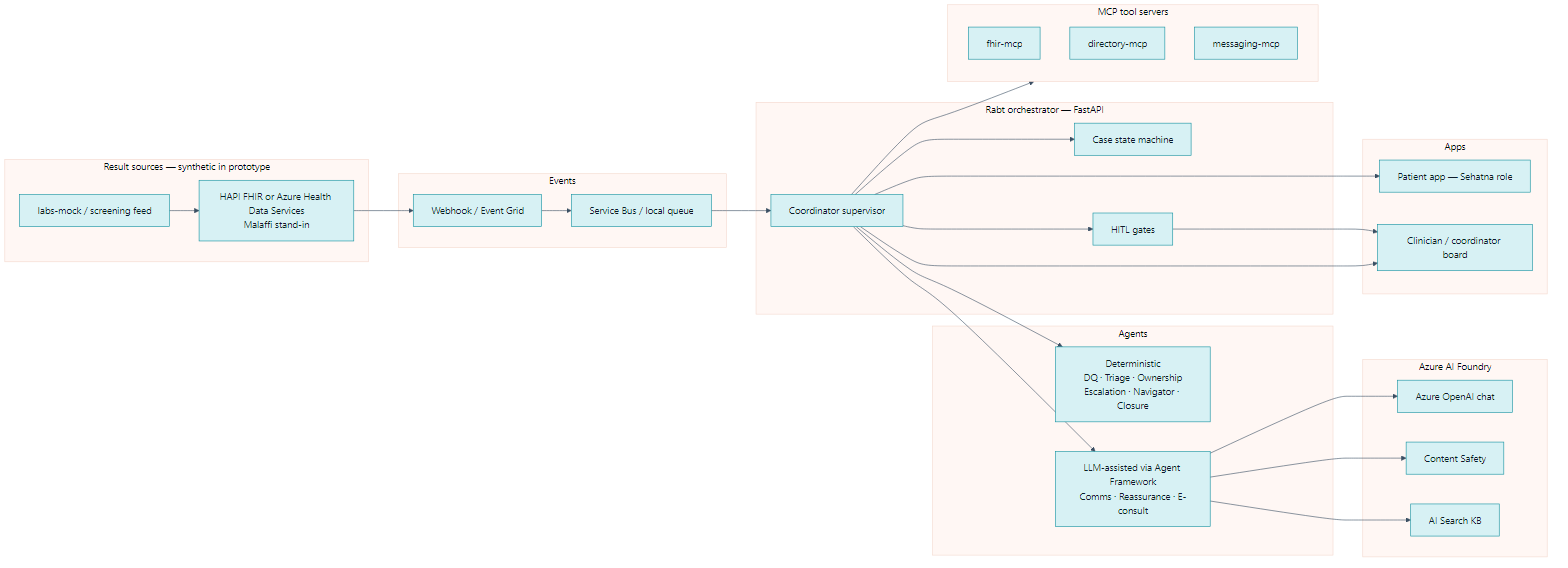
Above: docs/assets/architecture-target.png in suhail39ahmed/rabt-care-loop (Mermaid), before the change. Its source is kept beside it as docs/assets/architecture-target.mmd. Source of this version:
```mermaid
%%{init: {'theme': 'base', 'themeVariables': { 'primaryColor': '#d7f1f4', 'primaryTextColor': '#0c1b2a', 'primaryBorderColor': '#0e8f9e', 'lineColor': '#3a4f63', 'secondaryColor': '#e3f1fa', 'tertiaryColor': '#fff7f4', 'fontFamily': 'Segoe UI, Arial'}}}%%
flowchart LR
  subgraph SRC["Result sources — synthetic in prototype"]
    LAB["labs-mock / screening feed"]
    HIE["HAPI FHIR or Azure Health Data Services<br/>Malaffi stand-in"]
  end

  subgraph BUS["Events"]
    WH["Webhook / Event Grid"]
    SB["Service Bus / local queue"]
  end

  subgraph ORCH["Rabt orchestrator — FastAPI"]
    SM["Case state machine"]
    CO["Coordinator supervisor"]
    HITL["HITL gates"]
  end

  subgraph AG["Agents"]
    DET["Deterministic<br/>DQ · Triage · Ownership<br/>Escalation · Navigator · Closure"]
    LLM["LLM-assisted via Agent Framework<br/>Comms · Reassurance · E-consult"]
  end

  subgraph FOUNDRY["Azure AI Foundry"]
    AOAI["Azure OpenAI chat"]
    CS["Content Safety"]
    AIS["AI Search KB"]
  end

  subgraph MCP["MCP tool servers"]
    MF["fhir-mcp"]
    MD["directory-mcp"]
    MM["messaging-mcp"]
  end

  subgraph UI["Apps"]
    PAT["Patient app — Sehatna role"]
    BRD["Clinician / coordinator board"]
  end

  LAB --> HIE
  HIE --> WH --> SB --> CO
  CO --> SM
  CO --> DET
  CO --> LLM
  LLM --> AOAI
  LLM --> CS
  LLM --> AIS
  CO --> MCP
  CO --> HITL
  HITL --> BRD
  CO --> PAT
  CO --> BRD
```
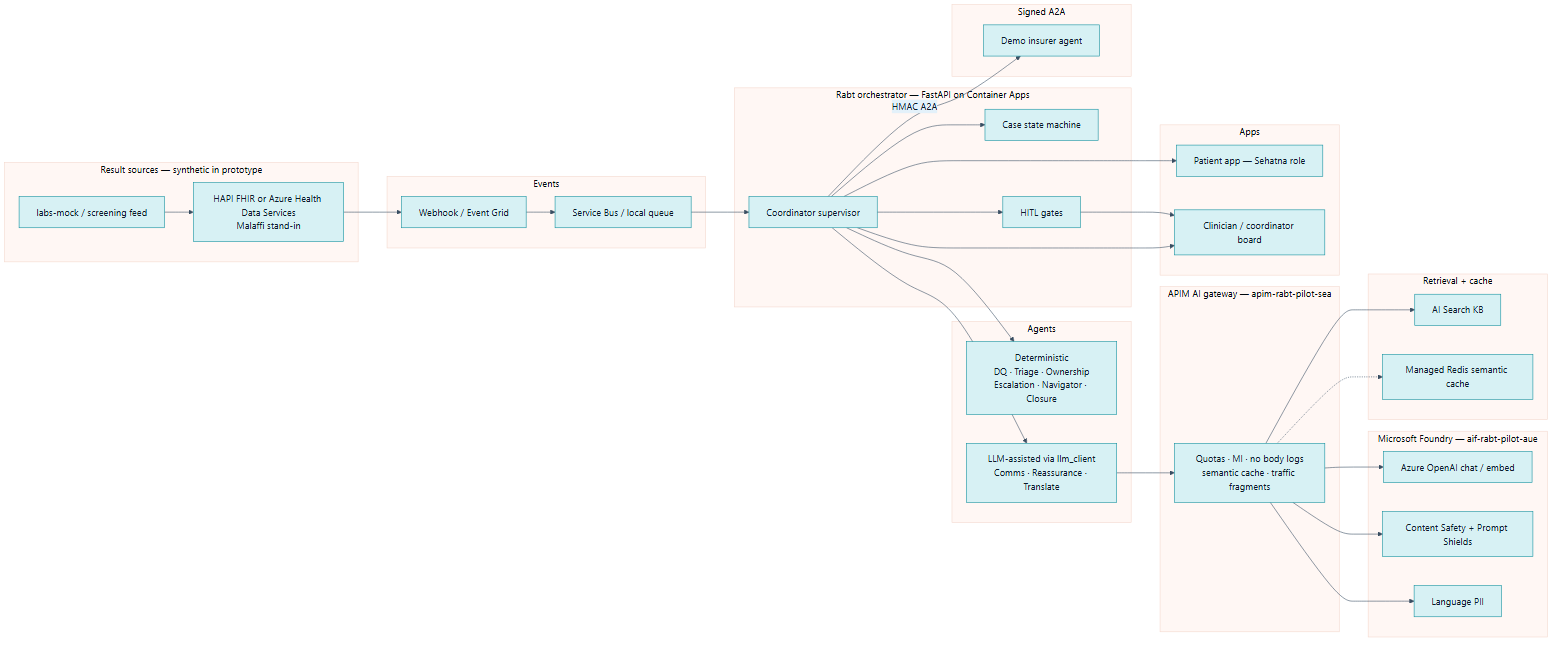
Above is the later version.

What changed in the source:
```diff
@@ -10,7 +10,7 @@
     SB["Service Bus / local queue"]
   end
 
-  subgraph ORCH["Rabt orchestrator — FastAPI"]
+  subgraph ORCH["Rabt orchestrator — FastAPI on Container Apps"]
     SM["Case state machine"]
     CO["Coordinator supervisor"]
     HITL["HITL gates"]
@@ -18,19 +18,26 @@
 
   subgraph AG["Agents"]
     DET["Deterministic<br/>DQ · Triage · Ownership<br/>Escalation · Navigator · Closure"]
-    LLM["LLM-assisted via Agent Framework<br/>Comms · Reassurance · E-consult"]
+    LLM["LLM-assisted via llm_client<br/>Comms · Reassurance · Translate"]
   end
 
-  subgraph FOUNDRY["Azure AI Foundry"]
-    AOAI["Azure OpenAI chat"]
-    CS["Content Safety"]
-    AIS["AI Search KB"]
+  subgraph GATE["APIM AI gateway — apim-rabt-pilot-sea"]
+    APIM["Quotas · MI · no body logs<br/>semantic cache · traffic fragments"]
   end
 
-  subgraph MCP["MCP tool servers"]
-    MF["fhir-mcp"]
-    MD["directory-mcp"]
-    MM["messaging-mcp"]
+  subgraph FOUNDRY["Microsoft Foundry — aif-rabt-pilot-aue"]
+    AOAI["Azure OpenAI chat / embed"]
+    CS["Content Safety + Prompt Shields"]
+    LANG["Language PII"]
+  end
+
+  subgraph DATA["Retrieval + cache"]
+    AIS["AI Search KB"]
+    REDIS["Managed Redis semantic cache"]
+  end
+
+  subgraph A2A["Signed A2A"]
+    INS["Demo insurer agent"]
   end
 
   subgraph UI["Apps"]
@@ -43,11 +50,14 @@
   CO --> SM
   CO --> DET
   CO --> LLM
-  LLM --> AOAI
-  LLM --> CS
-  LLM --> AIS
-  CO --> MCP
+  LLM --> APIM
+  APIM --> AOAI
+  APIM --> CS
+  APIM --> LANG
+  APIM --> AIS
+  APIM -.-> REDIS
   CO --> HITL
+  CO -->|HMAC A2A| INS
   HITL --> BRD
   CO --> PAT
   CO --> BRD
```
